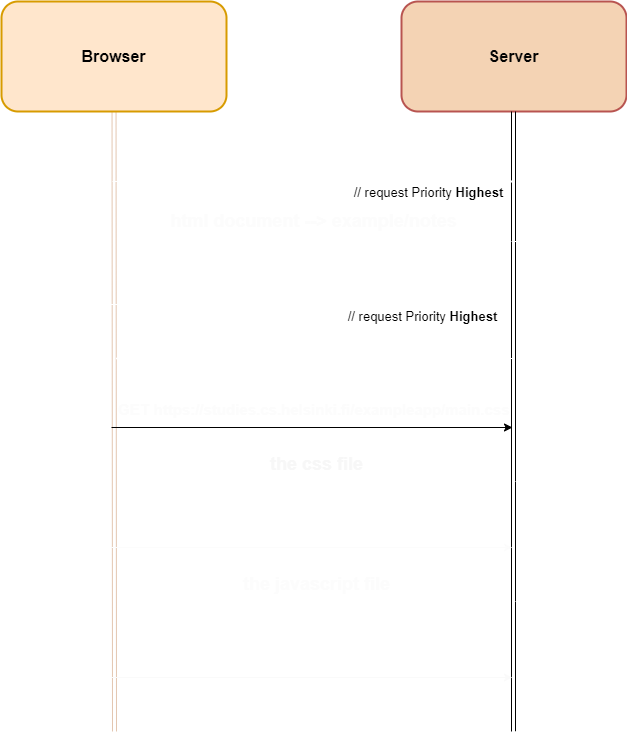
Earlier version of the draw.io export Part0/0.4.drawio.png (AHenrikes/Full-Stack). Source tidied: cells renumbered, new cells last; positions are measured from the earlier drawing's top-left corner, leaving out a move shared by most shapes.
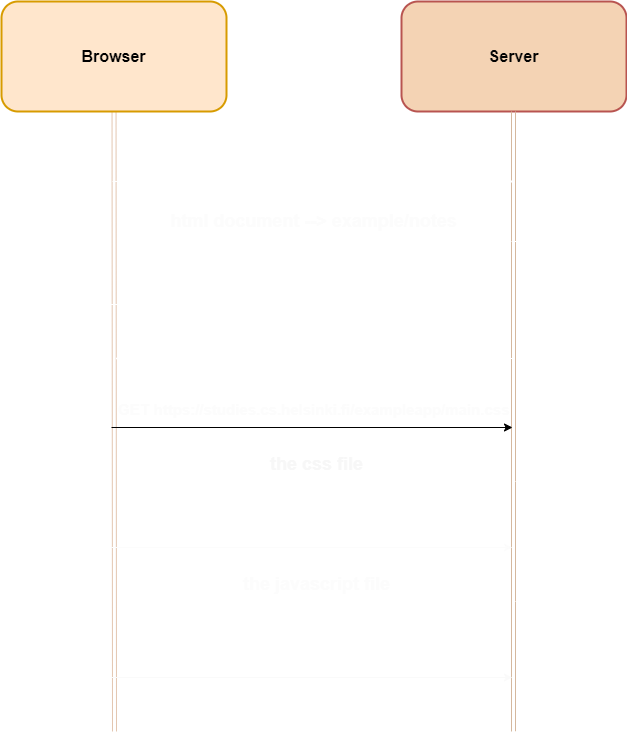
Later version of the same file.

Change to the diagram source:
```diff
@@ -18,7 +18,7 @@
     <mxCell id="5" value="&lt;font color=&quot;#030303&quot;&gt;Server&lt;/font&gt;" style="rounded=1;whiteSpace=wrap;html=1;fontSize=16;strokeColor=#b85450;fillColor=#f4d3b4;fontStyle=1;strokeWidth=2;" parent="1" vertex="1">
       <mxGeometry x="400" width="225" height="110" as="geometry" />
     </mxCell>
-    <mxCell id="6" style="edgeStyle=none;html=1;fontSize=16;fontColor=#FFFFFF;shape=link;" parent="1" edge="1">
+    <mxCell id="6" style="edgeStyle=none;html=1;fontSize=16;fontColor=#FFFFFF;shape=link;strokeColor=#d5b89e;" parent="1" edge="1">
       <mxGeometry relative="1" as="geometry">
         <mxPoint x="512" y="110" as="sourcePoint" />
         <mxPoint x="512" y="730" as="targetPoint" />
@@ -114,10 +114,10 @@
     <mxCell id="26" value="the json file" style="text;html=1;align=center;verticalAlign=middle;strokeColor=none;fillColor=none;fontSize=18;fontColor=#FFFFFF;fontStyle=1;" parent="1" vertex="1">
       <mxGeometry x="254.5" y="693" width="120" height="40" as="geometry" />
     </mxCell>
-    <mxCell id="27" value="// request Priority &lt;b&gt;Highest&lt;/b&gt;" style="text;html=1;align=center;verticalAlign=middle;strokeColor=none;fillColor=none;fontSize=13;" parent="1" vertex="1">
+    <mxCell id="27" value="// request Priority &lt;b&gt;Highest&lt;/b&gt;" style="text;html=1;align=center;verticalAlign=middle;strokeColor=none;fillColor=none;fontSize=13;fontColor=#FFFFFF;" parent="1" vertex="1">
       <mxGeometry x="342" y="176" width="170" height="30" as="geometry" />
     </mxCell>
-    <mxCell id="28" value="// request Priority &lt;b&gt;Highest&lt;/b&gt;" style="text;html=1;align=center;verticalAlign=middle;strokeColor=none;fillColor=none;fontSize=13;" parent="1" vertex="1">
+    <mxCell id="28" value="// request Priority &lt;b&gt;Highest&lt;/b&gt;" style="text;html=1;align=center;verticalAlign=middle;strokeColor=none;fillColor=none;fontSize=13;fontColor=#FFFFFF;" parent="1" vertex="1">
       <mxGeometry x="336" y="300" width="170" height="30" as="geometry" />
     </mxCell>
   </root>
```
